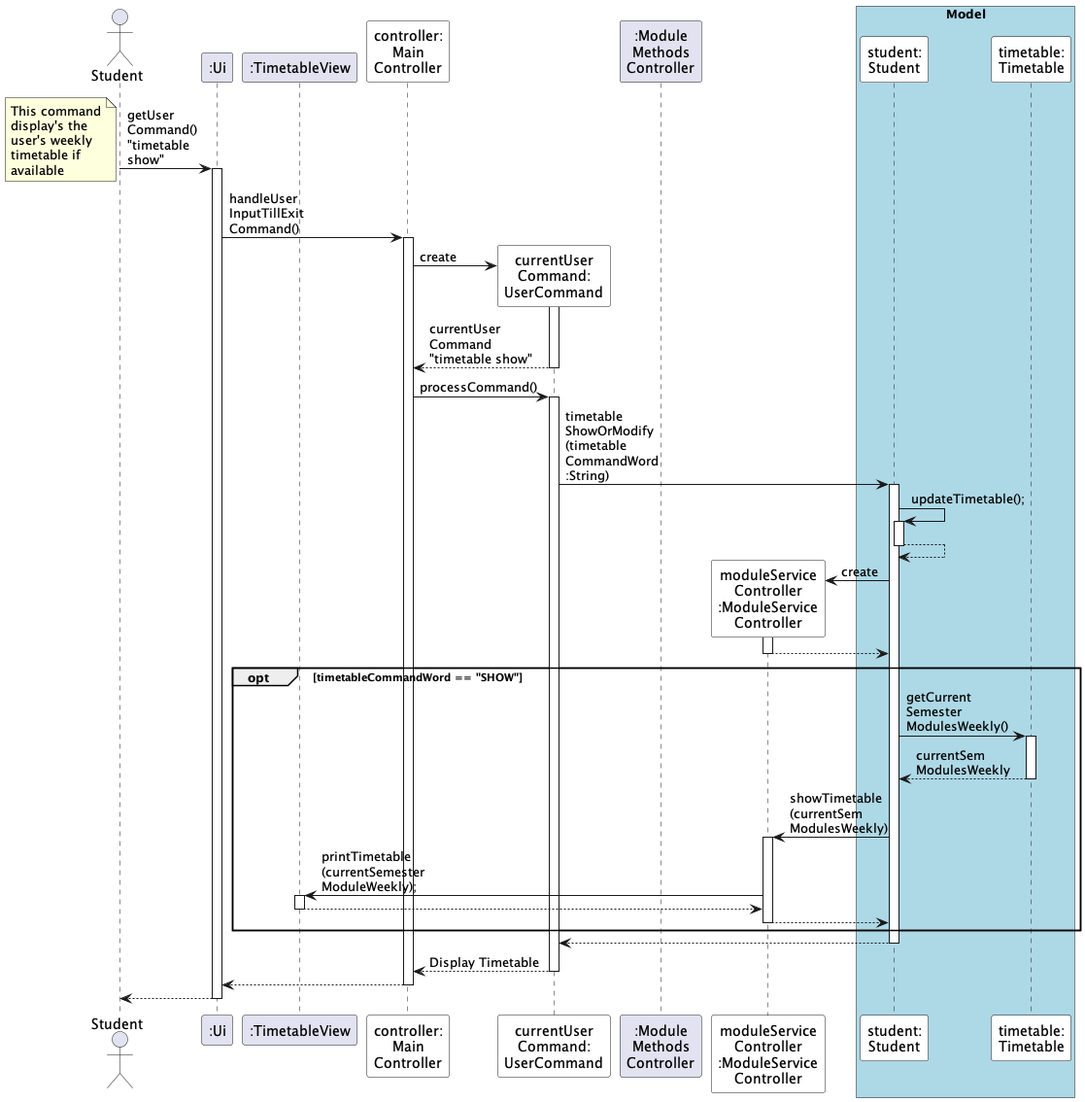
This is docs/diagrams/TimetableShowFeature_Seq.png from ryanlohyr/NUSDegs, a PlantUML export, as it was before one commit. Source of this version:
```plantuml
@startuml

autoactivate on

actor Student

participant ":Ui" as UI

Student -> UI: getUser\nCommand() \n"timetable \nshow"
participant ":TimetableView" as TV

note bottom
This command
display's the
user's weekly
timetable if
available
end note

participant "controller:\nMain\nController" as MC #white

UI -> MC: handleUser\nInputTillExit\nCommand()

participant "currentUser\nCommand:\nUserCommand" as UC #white



MC -> UC **: create
activate UC
UC --> MC: currentUser\nCommand \n"timetable show"

MC -> UC: processCommand()

participant ":Module\nMethods\nController" as MMC
participant "moduleService\nController\n:ModuleService\nController" as MSC #white



box "Model" #LightBlue
participant "student:\nStudent" as S #white
participant "timetable:\nTimetable" as T #white
end box
UC -> S: timetable\nShowOrModify\n(timetable\nCommandWord\n:String)

S -> S: updateTimetable();
S --> S

S -> MSC **: create
activate MSC
MSC --> S


opt timetableCommandWord == "SHOW"
    S -> T: getCurrent\nSemester\nModulesWeekly()
    T --> S: currentSem\nModulesWeekly

    S -> MSC: showTimetable\n(currentSem\nModulesWeekly)


    MSC -> TV: printTimetable\n(currentSemester\nModuleWeekly);
    TV --> MSC
    MSC --> S
end

S --> UC

UC --> MC: Display Timetable
MC --> UI
UI --> Student

@enduml
```
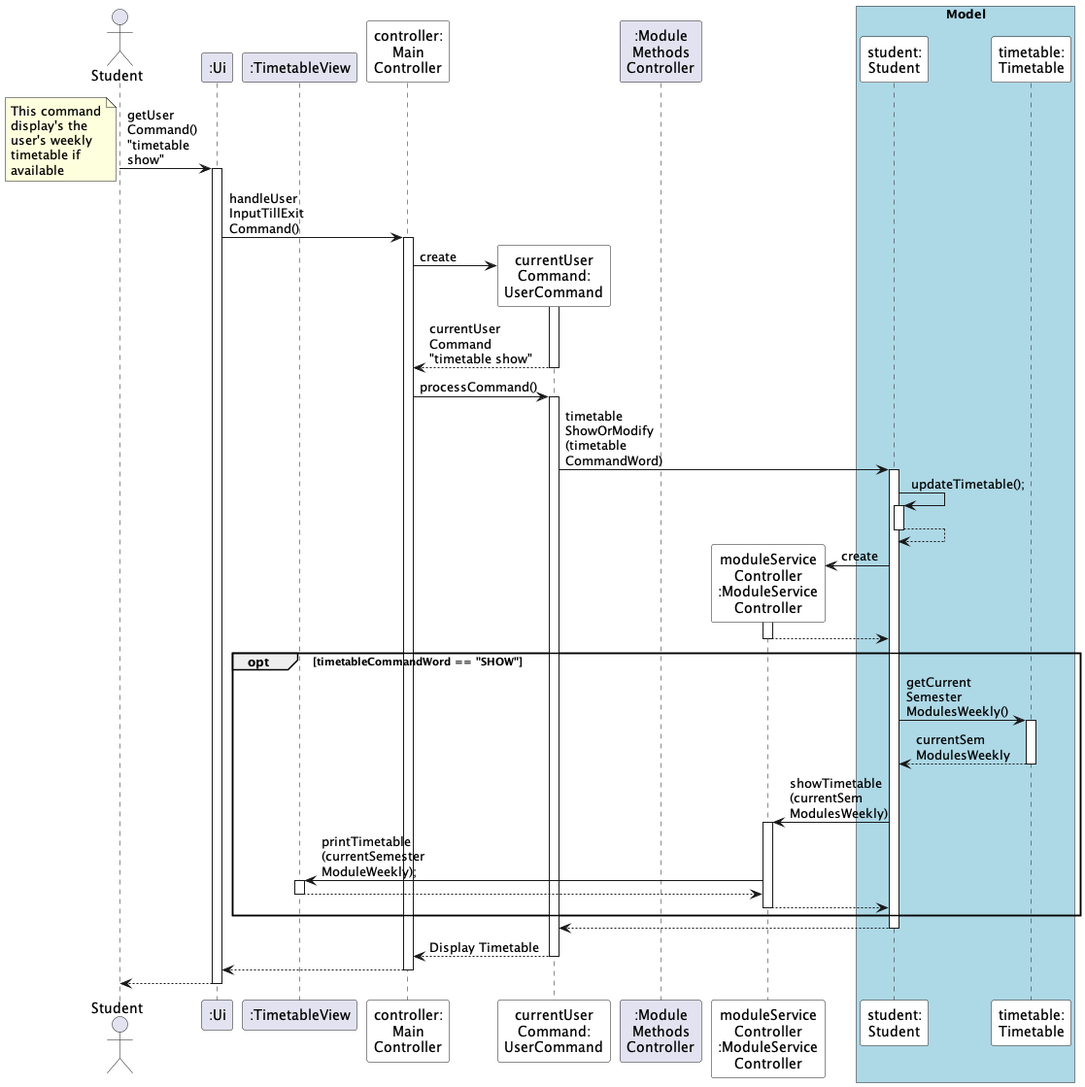
The same file after the commit.

Change to the diagram source:
```diff
@@ -40,7 +40,7 @@
 participant "student:\nStudent" as S #white
 participant "timetable:\nTimetable" as T #white
 end box
-UC -> S: timetable\nShowOrModify\n(timetable\nCommandWord\n:String)
+UC -> S: timetable\nShowOrModify\n(timetable\nCommandWord)
 
 S -> S: updateTimetable();
 S --> S
```
